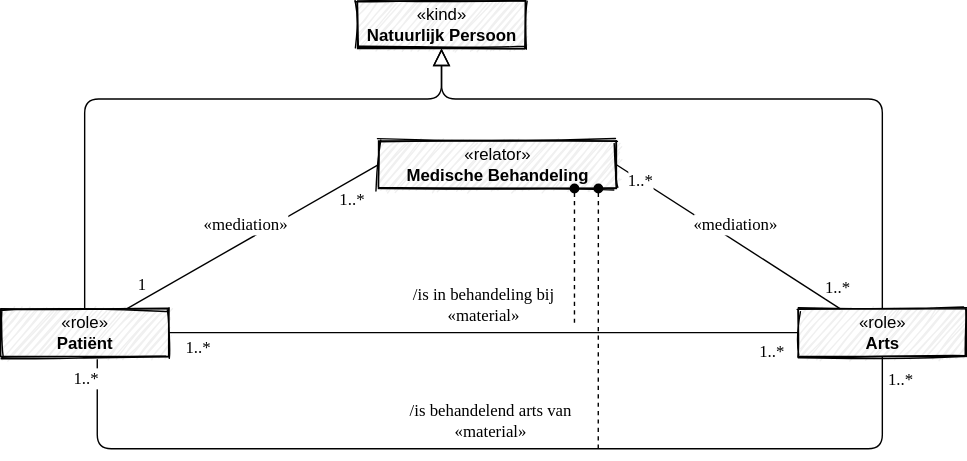
dizra/docs keeps this draw.io diagram as .gitbook/assets/motivation/patientmodel.svg. Above is the earlier version. Source tidied: cells renumbered, new cells last; positions are measured from the earlier drawing's top-left corner, leaving out a move shared by most shapes.
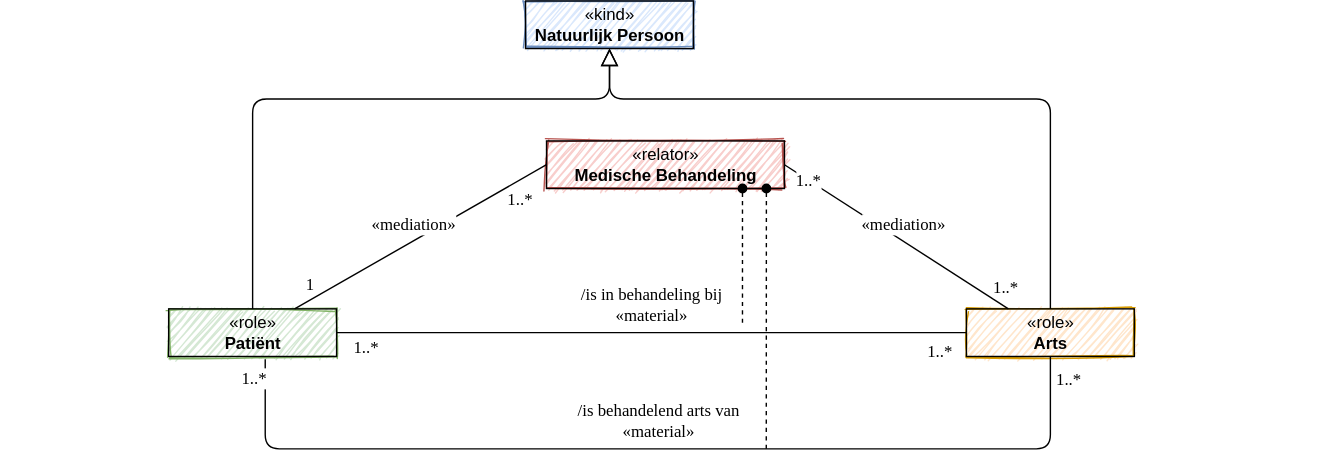
After the commit.

What changed in the source:
```diff
@@ -2,13 +2,16 @@
   <root>
     <mxCell id="0" />
     <mxCell id="1" parent="0" />
+    <mxCell id="26" style="rounded=0;whiteSpace=wrap;html=1;noLabel=1;fontColor=none;fillColor=none;strokeColor=none;sketch=1;strokeWidth=1;" parent="1" vertex="1">
+      <mxGeometry x="-120" y="170" width="950" height="60" as="geometry" />
+    </mxCell>
-    <mxCell id="2" style="fontStyle=0;align=center;verticalAlign=top;horizontal=1;startSize=49;labelBackgroundColor=none;fillColor=#F0F0F0;fontSize=14;sketch=1;" parent="1" vertex="1">
+    <mxCell id="2" style="fontStyle=0;align=center;verticalAlign=top;horizontal=1;startSize=49;labelBackgroundColor=none;fillColor=#dae8fc;fontSize=14;sketch=1;strokeColor=#6c8ebf;" parent="1" vertex="1">
       <mxGeometry x="255" width="120" height="34" as="geometry" />
     </mxCell>
     <mxCell id="3" value="&lt;span&gt;«kind»&lt;br&gt;&lt;b&gt;Natuurlijk Persoon&lt;/b&gt;&lt;/span&gt;" style="html=1;fillColor=none;labelBackgroundColor=none;" parent="2" vertex="1">
       <mxGeometry width="120" height="34" as="geometry" />
     </mxCell>
-    <mxCell id="4" style="fontStyle=0;align=center;verticalAlign=top;horizontal=1;startSize=49;labelBackgroundColor=none;fillColor=#F0F0F0;fontSize=14;sketch=1;" parent="1" vertex="1">
+    <mxCell id="4" style="fontStyle=0;align=center;verticalAlign=top;horizontal=1;startSize=49;labelBackgroundColor=none;fillColor=#f8cecc;fontSize=14;sketch=1;strokeColor=#b85450;" parent="1" vertex="1">
       <mxGeometry x="270" y="100" width="170" height="34" as="geometry" />
     </mxCell>
     <mxCell id="5" value="&lt;span&gt;«relator»&lt;br&gt;&lt;b&gt;Medische Behandeling&lt;/b&gt;&lt;/span&gt;" style="html=1;fillColor=none;labelBackgroundColor=none;" parent="4" vertex="1">
@@ -20,13 +23,13 @@
         <mxPoint x="140" y="34" as="targetPoint" />
       </mxGeometry>
     </mxCell>
-    <mxCell id="7" style="fontStyle=0;align=center;verticalAlign=top;horizontal=1;startSize=49;labelBackgroundColor=none;fillColor=#F0F0F0;fontSize=14;sketch=1;" parent="1" vertex="1">
+    <mxCell id="7" style="fontStyle=0;align=center;verticalAlign=top;horizontal=1;startSize=49;labelBackgroundColor=none;fillColor=#d5e8d4;fontSize=14;sketch=1;strokeColor=#82b366;" parent="1" vertex="1">
       <mxGeometry y="220" width="120" height="34" as="geometry" />
     </mxCell>
     <mxCell id="8" value="&lt;span&gt;«role»&lt;br&gt;&lt;b&gt;Patiënt&lt;/b&gt;&lt;/span&gt;" style="html=1;fillColor=none;labelBackgroundColor=none;" parent="7" vertex="1">
       <mxGeometry width="120" height="34" as="geometry" />
     </mxCell>
-    <mxCell id="9" style="fontStyle=0;align=center;verticalAlign=top;horizontal=1;startSize=49;labelBackgroundColor=none;fillColor=#F0F0F0;fontSize=14;sketch=1;" parent="1" vertex="1">
+    <mxCell id="9" style="fontStyle=0;align=center;verticalAlign=top;horizontal=1;startSize=49;labelBackgroundColor=none;fillColor=#ffe6cc;fontSize=14;sketch=1;strokeColor=#d79b00;" parent="1" vertex="1">
       <mxGeometry x="570" y="220" width="120" height="34" as="geometry" />
     </mxCell>
     <mxCell id="10" value="&lt;span&gt;«role»&lt;br&gt;&lt;b&gt;Arts&lt;/b&gt;&lt;/span&gt;" style="html=1;fillColor=none;labelBackgroundColor=none;" parent="9" vertex="1">
```
